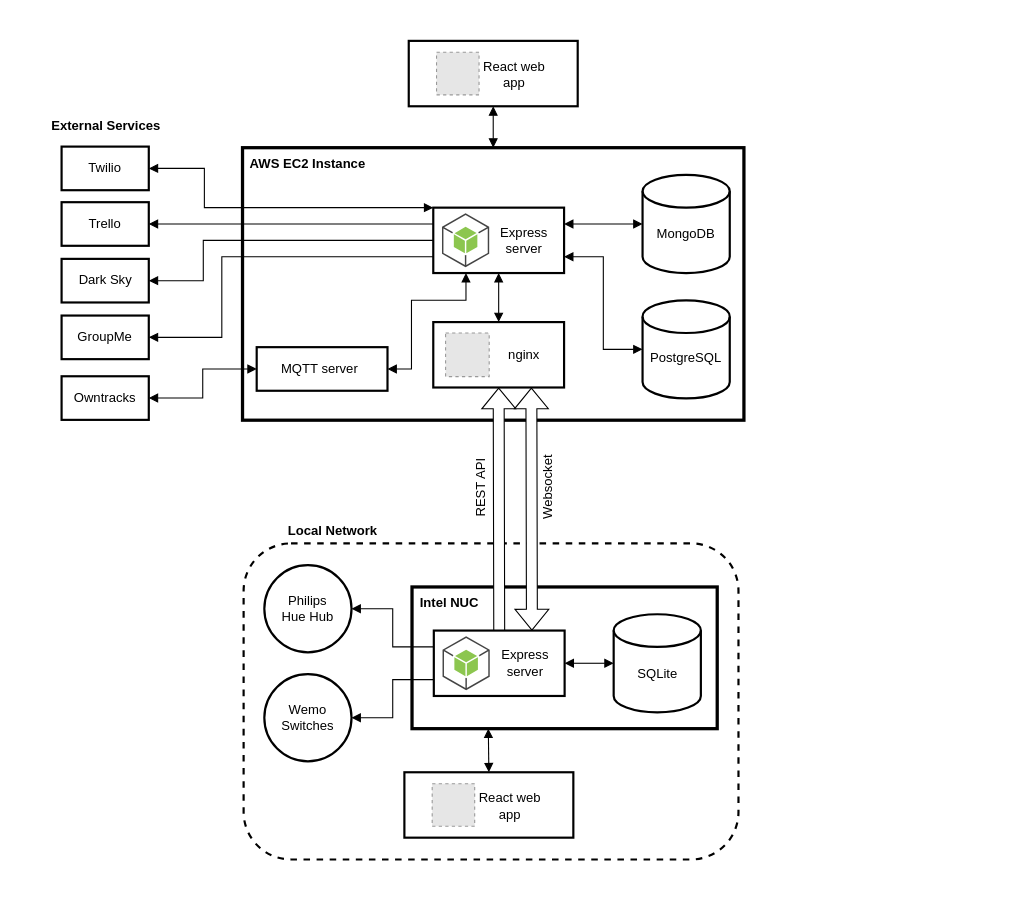
This is app/src/projects/automation.drawio from austindh/austindh.github.io, a draw.io file, before an edit. Source tidied: cells renumbered, new cells numbered last; positions are measured from the earlier drawing's top-left corner, leaving out a move shared by most shapes. Both pictures are drawn from the tidied source at 109%, with x=0, y=0 at pixel (19, 19). Pictures stored in the file or linked from it are replaced by grey dashed boxes.
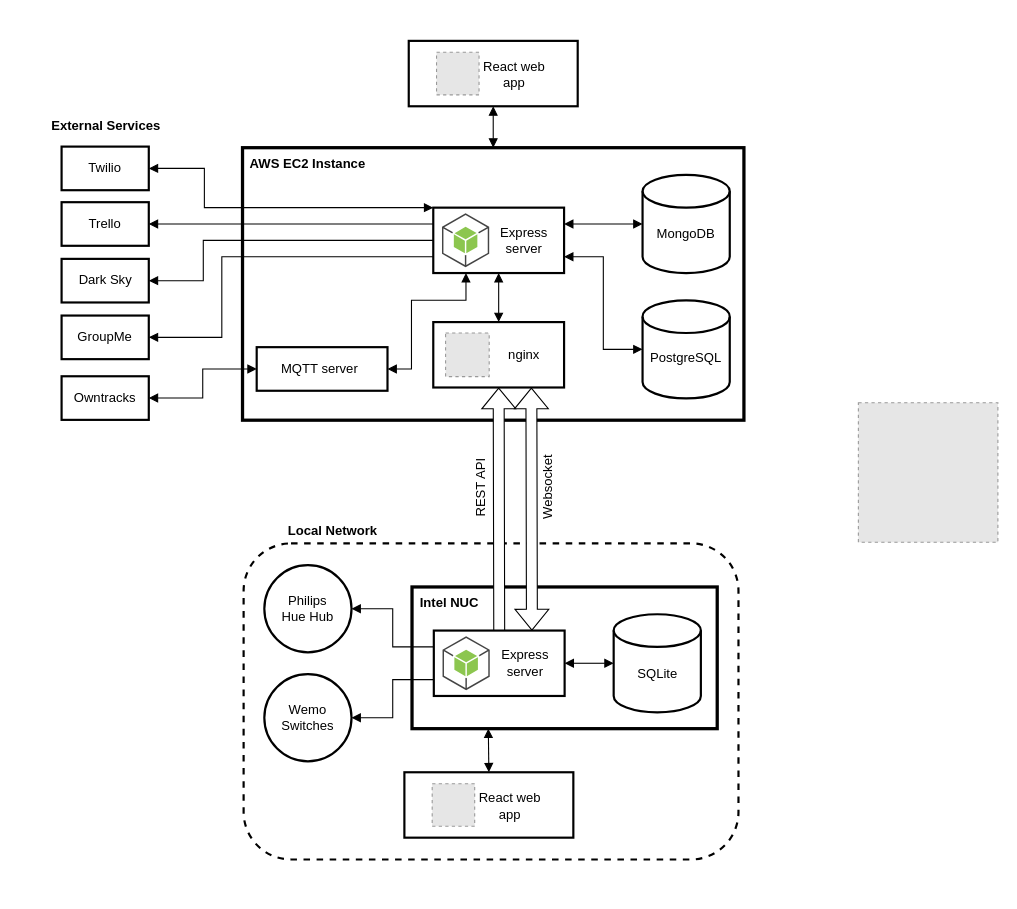
Above is the later version.

The edit, as a diff of the source:
```diff
@@
+    <mxCell id="84" style="fillColor=#E6E6E6;strokeColor=#999999;dashed=1;html=1;verticalAlign=top;verticalLabelPosition=bottom;labelBackgroundColor=#ffffff;" parent="1" vertex="1">
+      <mxGeometry x="770" y="352" width="128" height="128" as="geometry" />
+    </mxCell>
```
